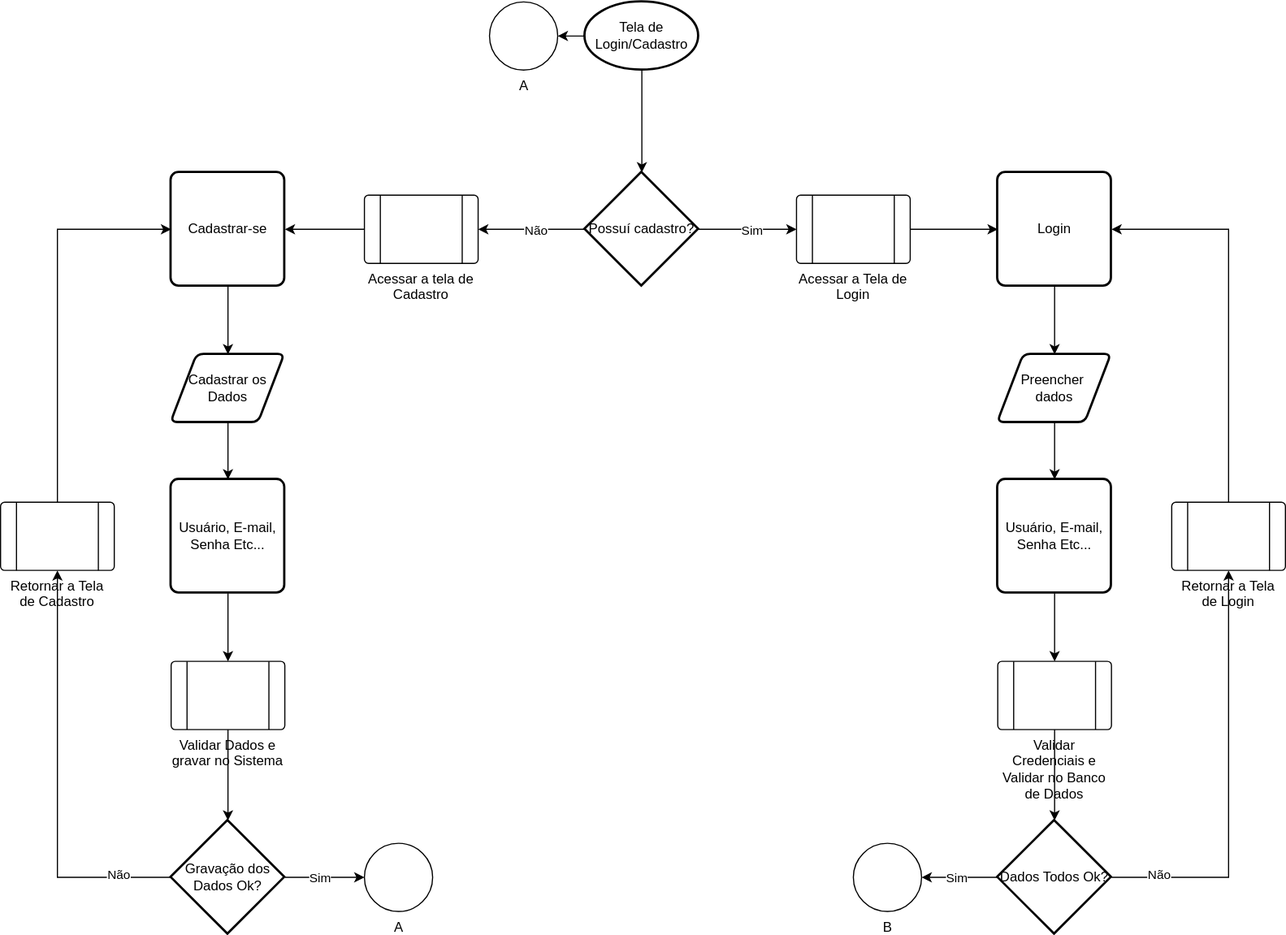
Before: docs/fluxogramas/MedioNivel/Fluxograma-Login_Cadastro(NivelMedio).svg, a diagram exported from draw.io (LucasVicentee/ProjetoGestaoFinanceira-FrontEnd). Source tidied: cells renumbered, new cells last; positions are measured from the earlier drawing's top-left corner, leaving out a move shared by most shapes. Source of this version:
```xml
<mxGraphModel background="#ffffff">
  <root>
    <mxCell id="0" />
    <mxCell id="1" parent="0" />
    <mxCell id="2" style="edgeStyle=orthogonalEdgeStyle;rounded=0;jettySize=auto;html=1;entryX=0;entryY=0.5;entryDx=0;entryDy=0;" parent="1" edge="1" source="x">
      <mxGeometry relative="1" as="geometry">
        <mxPoint x="320" y="470" as="targetPoint" />
        <Array as="points">
          <mxPoint x="190" y="740" />
          <mxPoint x="190" y="470" />
        </Array>
      </mxGeometry>
    </mxCell>
    <mxCell id="3" style="edgeStyle=orthogonalEdgeStyle;rounded=0;jettySize=auto;html=1;entryX=1;entryY=0.5;entryDx=0;entryDy=0;" parent="1" edge="1" source="7" target="19">
      <mxGeometry relative="1" as="geometry" />
    </mxCell>
    <mxCell id="4" value="Não" style="edgeLabel;html=1;align=center;verticalAlign=middle;" parent="3" vertex="1">
      <mxGeometry x="-0.24" relative="1" as="geometry">
        <mxPoint x="-8" as="offset" />
      </mxGeometry>
    </mxCell>
    <mxCell id="5" style="edgeStyle=orthogonalEdgeStyle;rounded=0;jettySize=auto;html=1;entryX=0;entryY=0.5;entryDx=0;entryDy=0;" parent="1" edge="1" source="7" target="21">
      <mxGeometry relative="1" as="geometry" />
    </mxCell>
    <mxCell id="6" value="Sim" style="edgeLabel;html=1;align=center;verticalAlign=middle;" parent="5" vertex="1">
      <mxGeometry x="-0.19" y="3" relative="1" as="geometry">
        <mxPoint x="11" y="3" as="offset" />
      </mxGeometry>
    </mxCell>
    <mxCell id="7" value="Possuí cadastro?" style="strokeWidth=2;html=1;shape=mxgraph.flowchart.decision;whiteSpace=wrap;" parent="1" vertex="1">
      <mxGeometry x="514" y="150" width="100" height="100" as="geometry" />
    </mxCell>
    <mxCell id="8" style="edgeStyle=orthogonalEdgeStyle;rounded=0;jettySize=auto;html=1;entryX=0.5;entryY=0;entryDx=0;entryDy=0;entryPerimeter=0;exitX=0.5;exitY=1;exitDx=0;exitDy=0;exitPerimeter=0;" parent="1" edge="1" source="17" target="7">
      <mxGeometry relative="1" as="geometry" />
    </mxCell>
    <mxCell id="9" style="edgeStyle=orthogonalEdgeStyle;rounded=0;jettySize=auto;html=1;" parent="1" edge="1" source="10" target="23">
      <mxGeometry relative="1" as="geometry" />
    </mxCell>
    <mxCell id="10" value="Login" style="rounded=1;whiteSpace=wrap;html=1;absoluteArcSize=1;arcSize=14;strokeWidth=2;" parent="1" vertex="1">
      <mxGeometry x="877" y="150" width="100" height="100" as="geometry" />
    </mxCell>
    <mxCell id="11" style="edgeStyle=orthogonalEdgeStyle;rounded=0;jettySize=auto;html=1;entryX=0.5;entryY=0;entryDx=0;entryDy=0;" parent="1" edge="1" source="12" target="25">
      <mxGeometry relative="1" as="geometry" />
    </mxCell>
    <mxCell id="12" value="Cadastrar-se" style="rounded=1;whiteSpace=wrap;html=1;absoluteArcSize=1;arcSize=14;strokeWidth=2;" parent="1" vertex="1">
      <mxGeometry x="150" y="150" width="100" height="100" as="geometry" />
    </mxCell>
    <mxCell id="13" style="edgeStyle=orthogonalEdgeStyle;rounded=0;jettySize=auto;html=1;entryX=0.5;entryY=0;entryDx=0;entryDy=0;" parent="1" edge="1" source="14" target="26">
      <mxGeometry relative="1" as="geometry" />
    </mxCell>
    <mxCell id="14" value="Usuário, E-mail, Senha Etc..." style="rounded=1;whiteSpace=wrap;html=1;absoluteArcSize=1;arcSize=14;strokeWidth=2;" parent="1" vertex="1">
      <mxGeometry x="150" y="420" width="100" height="100" as="geometry" />
    </mxCell>
    <mxCell id="15" style="edgeStyle=orthogonalEdgeStyle;rounded=0;jettySize=auto;html=1;entryX=0.5;entryY=0;entryDx=0;entryDy=0;" parent="1" edge="1" source="16" target="34">
      <mxGeometry relative="1" as="geometry" />
    </mxCell>
    <mxCell id="16" value="Usuário, E-mail, Senha Etc..." style="rounded=1;whiteSpace=wrap;html=1;absoluteArcSize=1;arcSize=14;strokeWidth=2;" parent="1" vertex="1">
      <mxGeometry x="877" y="420" width="100" height="100" as="geometry" />
    </mxCell>
    <mxCell id="17" value="Tela de Login/Cadastro" style="strokeWidth=2;html=1;shape=mxgraph.flowchart.start_1;whiteSpace=wrap;" parent="1" vertex="1">
      <mxGeometry x="514" width="100" height="60" as="geometry" />
    </mxCell>
    <mxCell id="18" style="edgeStyle=orthogonalEdgeStyle;rounded=0;jettySize=auto;html=1;entryX=1;entryY=0.5;entryDx=0;entryDy=0;" parent="1" edge="1" source="19" target="12">
      <mxGeometry relative="1" as="geometry" />
    </mxCell>
    <mxCell id="19" value="Acessar a tela de Cadastro" style="verticalLabelPosition=bottom;verticalAlign=top;html=1;shape=process;whiteSpace=wrap;rounded=1;size=0.14;arcSize=6;" parent="1" vertex="1">
      <mxGeometry x="320" y="170" width="100" height="60" as="geometry" />
    </mxCell>
    <mxCell id="20" style="edgeStyle=orthogonalEdgeStyle;rounded=0;jettySize=auto;html=1;entryX=0;entryY=0.5;entryDx=0;entryDy=0;" parent="1" edge="1" source="21" target="10">
      <mxGeometry relative="1" as="geometry" />
    </mxCell>
    <mxCell id="21" value="Acessar a Tela de Login" style="verticalLabelPosition=bottom;verticalAlign=top;html=1;shape=process;whiteSpace=wrap;rounded=1;size=0.14;arcSize=6;" parent="1" vertex="1">
      <mxGeometry x="700" y="170" width="100" height="60" as="geometry" />
    </mxCell>
    <mxCell id="22" style="edgeStyle=orthogonalEdgeStyle;rounded=0;jettySize=auto;html=1;" parent="1" edge="1" source="23" target="16">
      <mxGeometry relative="1" as="geometry" />
    </mxCell>
    <mxCell id="23" value="Preencher&amp;nbsp;&lt;div&gt;dados&lt;/div&gt;" style="shape=parallelogram;html=1;strokeWidth=2;perimeter=parallelogramPerimeter;whiteSpace=wrap;rounded=1;arcSize=12;size=0.23;" parent="1" vertex="1">
      <mxGeometry x="877" y="310" width="100" height="60" as="geometry" />
    </mxCell>
    <mxCell id="24" style="edgeStyle=orthogonalEdgeStyle;rounded=0;jettySize=auto;html=1;entryX=0.5;entryY=0;entryDx=0;entryDy=0;" parent="1" edge="1" source="25" target="14">
      <mxGeometry relative="1" as="geometry" />
    </mxCell>
    <mxCell id="25" value="Cadastrar os Dados" style="shape=parallelogram;html=1;strokeWidth=2;perimeter=parallelogramPerimeter;whiteSpace=wrap;rounded=1;arcSize=12;size=0.23;" parent="1" vertex="1">
      <mxGeometry x="150" y="310" width="100" height="60" as="geometry" />
    </mxCell>
    <mxCell id="26" value="Validar Dados e gravar no Sistema" style="verticalLabelPosition=bottom;verticalAlign=top;html=1;shape=process;whiteSpace=wrap;rounded=1;size=0.14;arcSize=6;" parent="1" vertex="1">
      <mxGeometry x="150" y="580" width="100" height="60" as="geometry" />
    </mxCell>
    <mxCell id="27" style="edgeStyle=orthogonalEdgeStyle;rounded=0;jettySize=auto;html=1;" parent="1" edge="1" source="31" target="33">
      <mxGeometry relative="1" as="geometry" />
    </mxCell>
    <mxCell id="28" value="Não" style="edgeLabel;html=1;align=center;verticalAlign=middle;" parent="27" vertex="1">
      <mxGeometry x="-0.75" y="-3" relative="1" as="geometry" />
    </mxCell>
    <mxCell id="29" style="edgeStyle=orthogonalEdgeStyle;rounded=0;jettySize=auto;html=1;" parent="1" edge="1" source="31" target="42">
      <mxGeometry relative="1" as="geometry" />
    </mxCell>
    <mxCell id="30" value="Sim" style="edgeLabel;html=1;align=center;verticalAlign=middle;" parent="29" vertex="1">
      <mxGeometry x="-0.61" y="1" relative="1" as="geometry">
        <mxPoint x="16" y="1" as="offset" />
      </mxGeometry>
    </mxCell>
    <mxCell id="31" value="Gravação dos Dados Ok?" style="strokeWidth=2;html=1;shape=mxgraph.flowchart.decision;whiteSpace=wrap;" parent="1" vertex="1">
      <mxGeometry x="150" y="720" width="100" height="100" as="geometry" />
    </mxCell>
    <mxCell id="32" style="edgeStyle=orthogonalEdgeStyle;rounded=0;jettySize=auto;html=1;entryX=0;entryY=0.5;entryDx=0;entryDy=0;" parent="1" edge="1" source="33" target="12">
      <mxGeometry relative="1" as="geometry">
        <Array as="points">
          <mxPoint x="50" y="200" />
        </Array>
      </mxGeometry>
    </mxCell>
    <mxCell id="33" value="Retornar a Tela de Cadastro" style="verticalLabelPosition=bottom;verticalAlign=top;html=1;shape=process;whiteSpace=wrap;rounded=1;size=0.14;arcSize=6;" parent="1" vertex="1">
      <mxGeometry y="440" width="100" height="60" as="geometry" />
    </mxCell>
    <mxCell id="34" value="Validar Credenciais e Validar no Banco de Dados" style="verticalLabelPosition=bottom;verticalAlign=top;html=1;shape=process;whiteSpace=wrap;rounded=1;size=0.14;arcSize=6;" parent="1" vertex="1">
      <mxGeometry x="877" y="580" width="100" height="60" as="geometry" />
    </mxCell>
    <mxCell id="35" style="edgeStyle=orthogonalEdgeStyle;rounded=0;jettySize=auto;html=1;" parent="1" edge="1" source="37" target="40">
      <mxGeometry relative="1" as="geometry" />
    </mxCell>
    <mxCell id="36" value="Não" style="edgeLabel;html=1;align=center;verticalAlign=middle;" parent="35" vertex="1">
      <mxGeometry x="-0.78" y="3" relative="1" as="geometry" />
    </mxCell>
    <mxCell id="37" value="Dados Todos Ok?" style="strokeWidth=2;html=1;shape=mxgraph.flowchart.decision;whiteSpace=wrap;" parent="1" vertex="1">
      <mxGeometry x="877" y="720" width="100" height="100" as="geometry" />
    </mxCell>
    <mxCell id="38" style="edgeStyle=orthogonalEdgeStyle;rounded=0;jettySize=auto;html=1;entryX=0.5;entryY=0;entryDx=0;entryDy=0;entryPerimeter=0;" parent="1" edge="1" source="34" target="37">
      <mxGeometry relative="1" as="geometry" />
    </mxCell>
    <mxCell id="39" style="edgeStyle=orthogonalEdgeStyle;rounded=0;jettySize=auto;html=1;entryX=1;entryY=0.5;entryDx=0;entryDy=0;" parent="1" edge="1" source="40" target="10">
      <mxGeometry relative="1" as="geometry">
        <Array as="points">
          <mxPoint x="1080" y="200" />
        </Array>
      </mxGeometry>
    </mxCell>
    <mxCell id="40" value="Retornar a Tela de Login" style="verticalLabelPosition=bottom;verticalAlign=top;html=1;shape=process;whiteSpace=wrap;rounded=1;size=0.14;arcSize=6;" parent="1" vertex="1">
      <mxGeometry x="1030" y="440" width="100" height="60" as="geometry" />
    </mxCell>
    <mxCell id="41" style="edgeStyle=orthogonalEdgeStyle;rounded=0;jettySize=auto;html=1;entryX=0.5;entryY=0;entryDx=0;entryDy=0;entryPerimeter=0;" parent="1" edge="1" source="26" target="31">
      <mxGeometry relative="1" as="geometry" />
    </mxCell>
    <mxCell id="42" value="A" style="verticalLabelPosition=bottom;verticalAlign=top;html=1;shape=mxgraph.flowchart.on-page_reference;" parent="1" vertex="1">
      <mxGeometry x="320" y="740" width="60" height="60" as="geometry" />
    </mxCell>
    <mxCell id="43" value="A" style="verticalLabelPosition=bottom;verticalAlign=top;html=1;shape=mxgraph.flowchart.on-page_reference;" parent="1" vertex="1">
      <mxGeometry x="430" width="60" height="60" as="geometry" />
    </mxCell>
    <mxCell id="44" style="edgeStyle=orthogonalEdgeStyle;rounded=0;jettySize=auto;html=1;entryX=1;entryY=0.5;entryDx=0;entryDy=0;entryPerimeter=0;" parent="1" edge="1" source="17" target="43">
      <mxGeometry relative="1" as="geometry" />
    </mxCell>
    <mxCell id="45" value="B" style="verticalLabelPosition=bottom;verticalAlign=top;html=1;shape=mxgraph.flowchart.on-page_reference;" parent="1" vertex="1">
      <mxGeometry x="750" y="740" width="60" height="60" as="geometry" />
    </mxCell>
    <mxCell id="46" style="edgeStyle=orthogonalEdgeStyle;rounded=0;jettySize=auto;html=1;entryX=1;entryY=0.5;entryDx=0;entryDy=0;entryPerimeter=0;" parent="1" edge="1" source="37" target="45">
      <mxGeometry relative="1" as="geometry" />
    </mxCell>
    <mxCell id="47" value="Sim" style="edgeLabel;html=1;align=center;verticalAlign=middle;" parent="46" vertex="1">
      <mxGeometry x="-0.26" y="-1" relative="1" as="geometry">
        <mxPoint x="-12" y="1" as="offset" />
      </mxGeometry>
    </mxCell>
  </root>
</mxGraphModel>
```
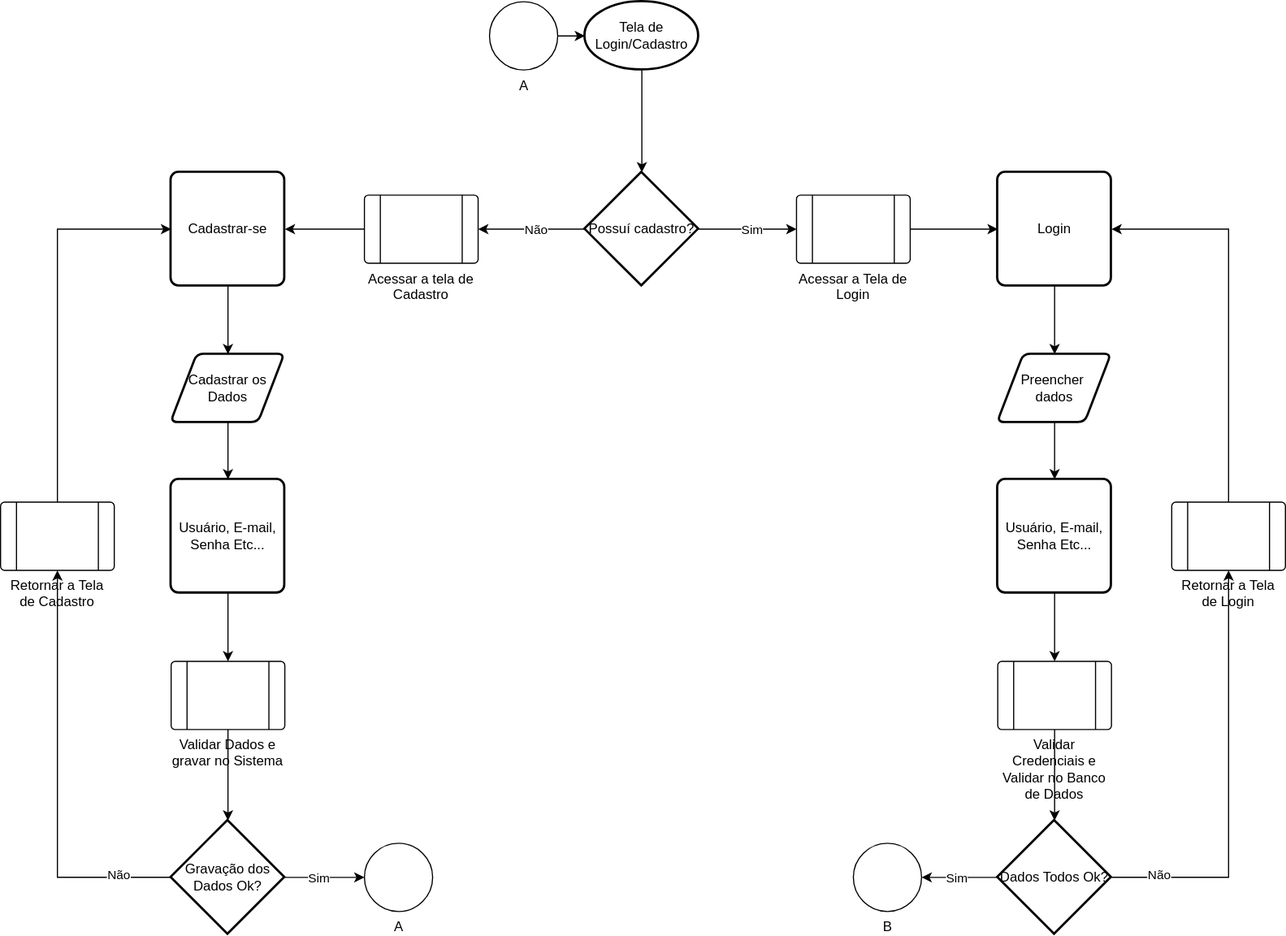
The same diagram one commit later.

Commit message:
Atualizações no Fluxograma de login/cadastro

The edit, as a diff of the source:
```diff
@@ -1,8 +1,8 @@
-<mxGraphModel background="#ffffff">
+<mxGraphModel>
   <root>
     <mxCell id="0" />
     <mxCell id="1" parent="0" />
-    <mxCell id="2" style="edgeStyle=orthogonalEdgeStyle;rounded=0;jettySize=auto;html=1;entryX=0;entryY=0.5;entryDx=0;entryDy=0;" parent="1" edge="1" source="x">
+    <mxCell id="2" style="edgeStyle=orthogonalEdgeStyle;rounded=0;orthogonalLoop=1;jettySize=auto;html=1;entryX=0;entryY=0.5;entryDx=0;entryDy=0;" parent="1" edge="1">
       <mxGeometry relative="1" as="geometry">
         <mxPoint x="320" y="470" as="targetPoint" />
         <Array as="points">
@@ -145,12 +145,12 @@
     <mxCell id="42" value="A" style="verticalLabelPosition=bottom;verticalAlign=top;html=1;shape=mxgraph.flowchart.on-page_reference;" parent="1" vertex="1">
       <mxGeometry x="320" y="740" width="60" height="60" as="geometry" />
     </mxCell>
+    <mxCell id="48" style="edgeStyle=orthogonalEdgeStyle;rounded=0;jettySize=auto;html=1;" parent="1" edge="1" source="43" target="17">
+      <mxGeometry relative="1" as="geometry" />
+    </mxCell>
     <mxCell id="43" value="A" style="verticalLabelPosition=bottom;verticalAlign=top;html=1;shape=mxgraph.flowchart.on-page_reference;" parent="1" vertex="1">
       <mxGeometry x="430" width="60" height="60" as="geometry" />
     </mxCell>
-    <mxCell id="44" style="edgeStyle=orthogonalEdgeStyle;rounded=0;jettySize=auto;html=1;entryX=1;entryY=0.5;entryDx=0;entryDy=0;entryPerimeter=0;" parent="1" edge="1" source="17" target="43">
-      <mxGeometry relative="1" as="geometry" />
-    </mxCell>
     <mxCell id="45" value="B" style="verticalLabelPosition=bottom;verticalAlign=top;html=1;shape=mxgraph.flowchart.on-page_reference;" parent="1" vertex="1">
       <mxGeometry x="750" y="740" width="60" height="60" as="geometry" />
     </mxCell>
```
